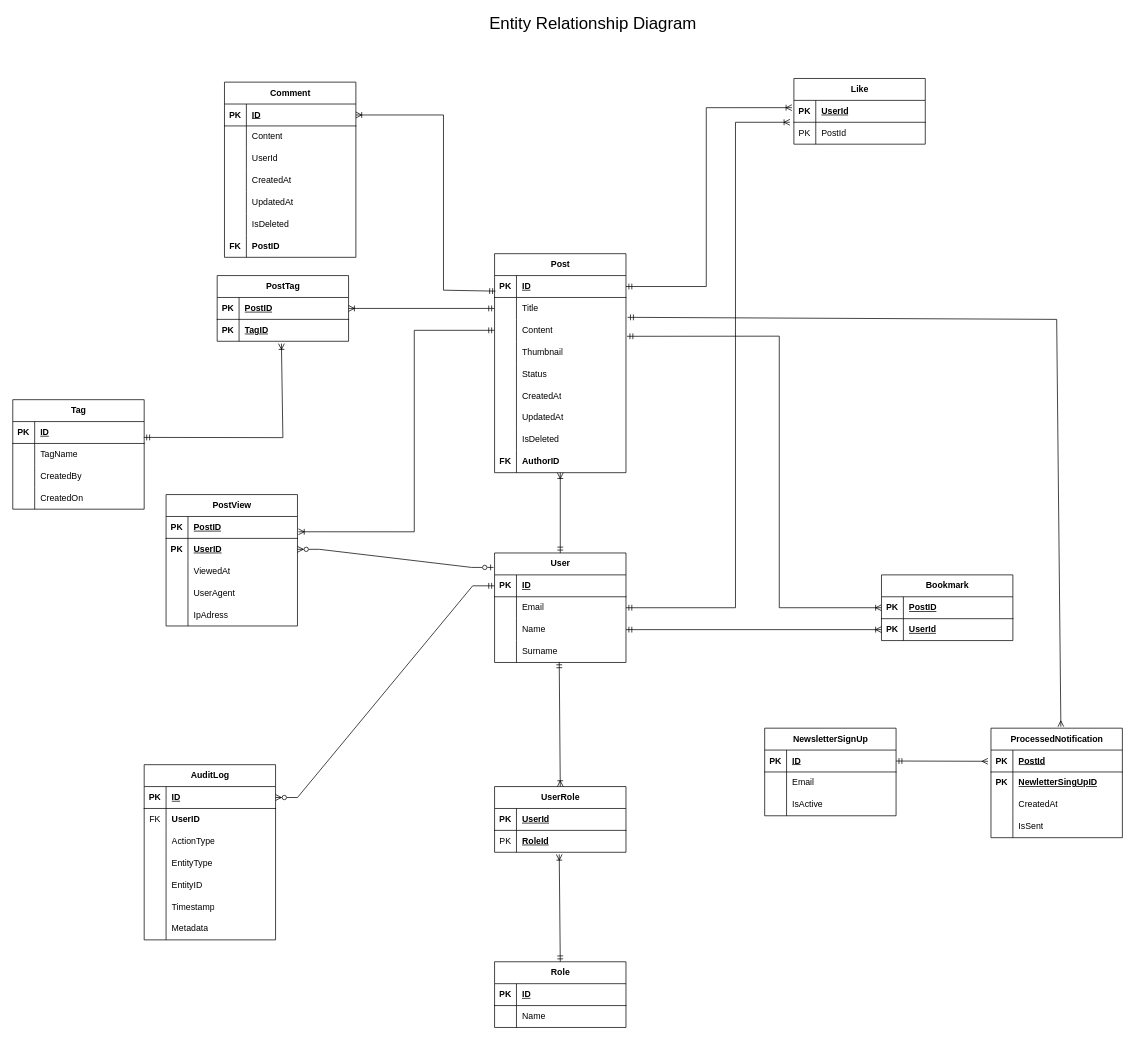
The draw.io diagram page "ERD" (1 of 2) of docs/System_Design.drawio in ChrisClaude/chris-claude-site, before the edit. Source tidied: cells renumbered, new cells numbered last; positions are measured from the earlier drawing's top-left corner, leaving out a move shared by most shapes. Both pictures are drawn from the tidied source at 73%, with x=0, y=0 at pixel (12, 12).
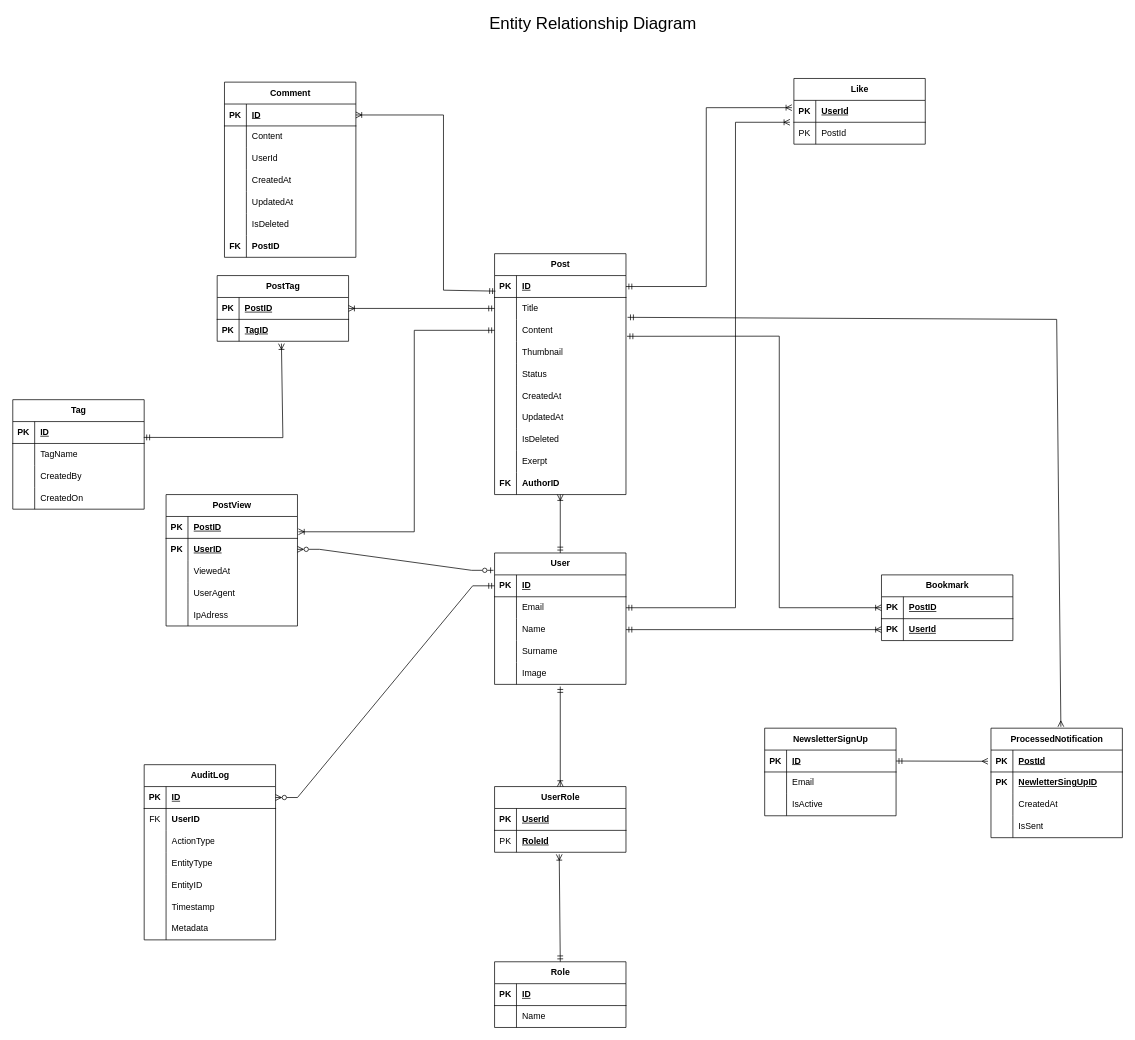
The same diagram, later.

The change refers to these unchanged cells:
```xml
<mxCell id="40" style="shape=tableRow;horizontal=0;startSize=0;swimlaneHead=0;swimlaneBody=0;fillColor=none;points=[[0,0.5],[1,0.5]];portConstraint=eastwest;top=0;left=0;right=0;bottom=0;" parent="30" vertex="1">
  <mxGeometry y="120" width="180" height="30" as="geometry" />
</mxCell>
<mxCell id="116" value="UserRole" style="shape=table;startSize=30;childLayout=tableLayout;rowLines=0;fontStyle=1;align=center;html=1;" parent="1" vertex="1">
  <mxGeometry x="660" y="1060" width="180" height="90" as="geometry" />
</mxCell>
```

Change to the diagram source:
```diff
@@
     <mxCell id="2" value="Post" style="shape=table;startSize=30;childLayout=tableLayout;rowLines=0;fontStyle=1;align=center;html=1;" parent="1" vertex="1">
-      <mxGeometry x="660" y="330" width="180" height="300" as="geometry" />
+      <mxGeometry x="660" y="330" width="180" height="330" as="geometry" />
     </mxCell>
@@
+    <mxCell id="190" style="shape=tableRow;horizontal=0;startSize=0;swimlaneHead=0;swimlaneBody=0;fillColor=none;top=0;left=0;right=0;bottom=0;" parent="2" vertex="1">
+      <mxGeometry y="270" width="180" height="30" as="geometry" />
+    </mxCell>
+    <mxCell id="191" style="shape=partialRectangle;fillColor=none;top=0;left=0;bottom=0;right=0;overflow=hidden;whiteSpace=wrap;html=1;" parent="190" vertex="1">
+      <mxGeometry width="30" height="30" as="geometry" />
+    </mxCell>
+    <mxCell id="192" value="Exerpt" style="shape=partialRectangle;fillColor=none;top=0;left=0;bottom=0;right=0;align=left;spacingLeft=6;overflow=hidden;whiteSpace=wrap;html=1;" parent="190" vertex="1">
+      <mxGeometry x="30" width="150" height="30" as="geometry" />
+    </mxCell>
     <mxCell id="27" style="shape=tableRow;horizontal=0;startSize=0;swimlaneHead=0;swimlaneBody=0;fillColor=none;top=0;left=0;right=0;bottom=0;" parent="2" vertex="1">
-      <mxGeometry y="270" width="180" height="30" as="geometry" />
+      <mxGeometry y="300" width="180" height="30" as="geometry" />
     </mxCell>
@@
     <mxCell id="30" value="User" style="shape=table;startSize=30;childLayout=tableLayout;rowLines=0;fontStyle=1;align=center;html=1;" parent="1" vertex="1">
-      <mxGeometry x="660" y="740" width="180" height="150" as="geometry" />
+      <mxGeometry x="660" y="740" width="180" height="180" as="geometry" />
     </mxCell>
@@
+    <mxCell id="193" style="shape=tableRow;horizontal=0;startSize=0;swimlaneHead=0;swimlaneBody=0;fillColor=none;points=[[0,0.5],[1,0.5]];portConstraint=eastwest;top=0;left=0;right=0;bottom=0;" parent="30" vertex="1">
+      <mxGeometry y="150" width="180" height="30" as="geometry" />
+    </mxCell>
+    <mxCell id="194" style="shape=partialRectangle;fillColor=none;top=0;left=0;bottom=0;right=0;overflow=hidden;whiteSpace=wrap;html=1;" parent="193" vertex="1">
+      <mxGeometry width="30" height="30" as="geometry" />
+    </mxCell>
+    <mxCell id="195" value="Image" style="shape=partialRectangle;fillColor=none;top=0;left=0;bottom=0;right=0;align=left;spacingLeft=6;overflow=hidden;whiteSpace=wrap;html=1;" parent="193" vertex="1">
+      <mxGeometry x="30" width="150" height="30" as="geometry" />
+    </mxCell>
@@
-    <mxCell id="123" style="fontSize=12;html=1;endArrow=ERoneToMany;startArrow=ERmandOne;rounded=0;startFill=0;exitX=0.492;exitY=0.973;exitDx=0;exitDy=0;exitPerimeter=0;entryX=0.5;entryY=0;entryDx=0;entryDy=0;" parent="1" edge="1" source="40" target="116">
+    <mxCell id="123" style="fontSize=12;html=1;endArrow=ERoneToMany;startArrow=ERmandOne;rounded=0;startFill=0;entryX=0.5;entryY=0;entryDx=0;entryDy=0;exitX=0.5;exitY=1.099;exitDx=0;exitDy=0;exitPerimeter=0;" parent="1" edge="1" source="193" target="116">
       <mxGeometry relative="1" as="geometry" />
     </mxCell>
```
